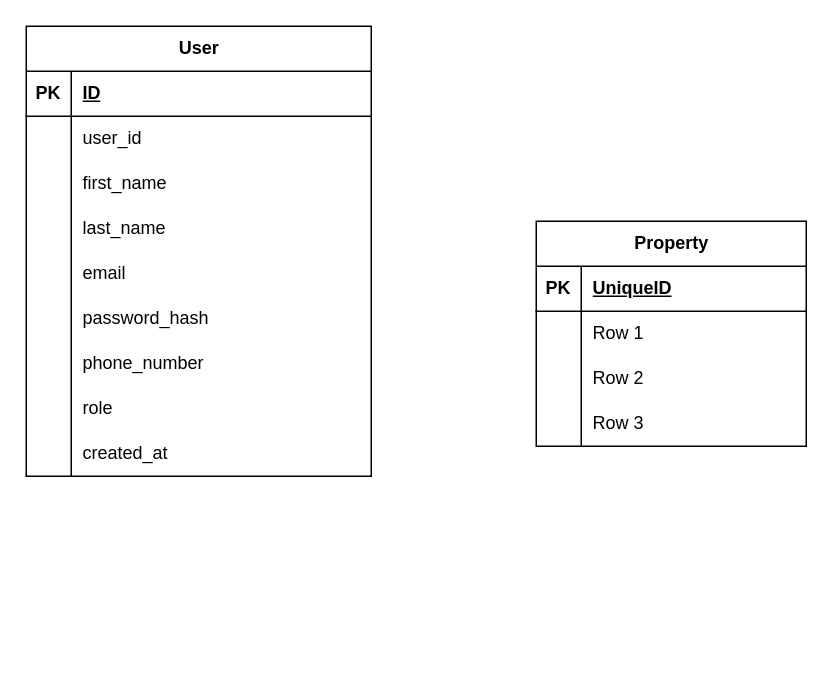
Earlier version of the draw.io diagram page "Page-2" (2 of 2) of ERD/ALX DB.drawio (Amandecoe/alx-airbnb-database). Source tidied: cells renumbered, new cells numbered last; positions are measured from the earlier drawing's top-left corner, leaving out a move shared by most shapes. Both pictures are drawn from the tidied source at 150%, with x=0, y=0 at pixel (26, 26).
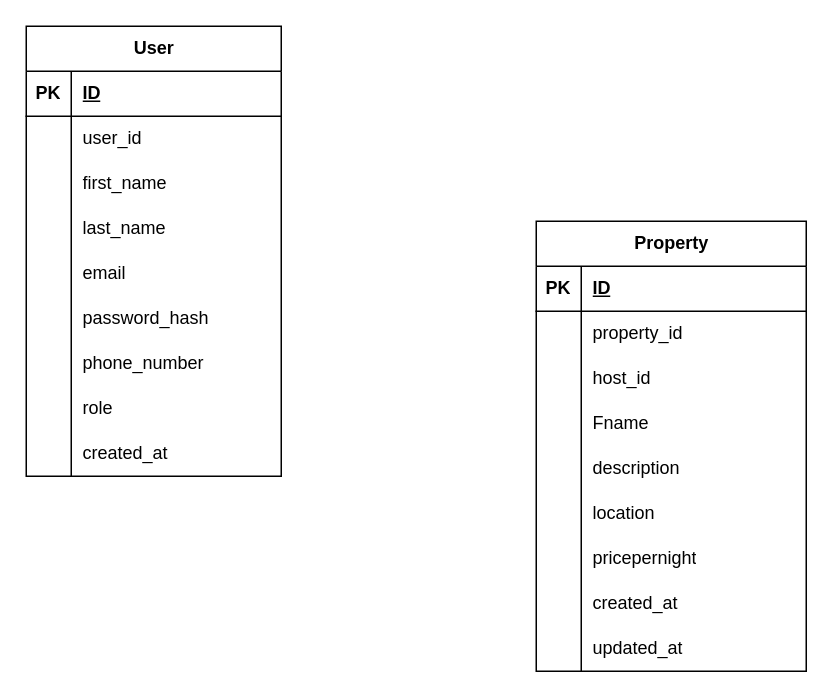
The same diagram, later.

Unchanged cells that the change refers to:
```xml
<mxCell id="31" style="shape=tableRow;horizontal=0;startSize=0;swimlaneHead=0;swimlaneBody=0;fillColor=none;top=0;left=0;right=0;bottom=1;" parent="30" vertex="1">
  <mxGeometry y="30" width="180" height="30" as="geometry" />
</mxCell>
<mxCell id="34" style="shape=tableRow;horizontal=0;startSize=0;swimlaneHead=0;swimlaneBody=0;fillColor=none;top=0;left=0;right=0;bottom=0;" parent="30" vertex="1">
  <mxGeometry y="60" width="180" height="30" as="geometry" />
</mxCell>
<mxCell id="37" style="shape=tableRow;horizontal=0;startSize=0;swimlaneHead=0;swimlaneBody=0;fillColor=none;top=0;left=0;right=0;bottom=0;" parent="30" vertex="1">
  <mxGeometry y="90" width="180" height="30" as="geometry" />
</mxCell>
<mxCell id="40" style="shape=tableRow;horizontal=0;startSize=0;swimlaneHead=0;swimlaneBody=0;fillColor=none;top=0;left=0;right=0;bottom=0;" parent="30" vertex="1">
  <mxGeometry y="120" width="180" height="30" as="geometry" />
</mxCell>
```

The edit, as a diff of the source:
```diff
@@
     <mxCell id="2" value="&lt;div&gt;User&lt;/div&gt;" style="shape=table;startSize=30;childLayout=tableLayout;rowLines=0;fontStyle=1;align=center;html=1;" parent="1" vertex="1">
-      <mxGeometry width="230" height="300" as="geometry" />
+      <mxGeometry width="170" height="300" as="geometry" />
     </mxCell>
     <mxCell id="3" style="shape=tableRow;horizontal=0;startSize=0;swimlaneHead=0;swimlaneBody=0;fillColor=none;top=0;left=0;right=0;bottom=1;" parent="2" vertex="1">
-      <mxGeometry y="30" width="230" height="30" as="geometry" />
+      <mxGeometry y="30" width="170" height="30" as="geometry" />
     </mxCell>
@@
     <mxCell id="5" value="ID" style="shape=partialRectangle;fillColor=none;top=0;left=0;bottom=0;right=0;align=left;spacingLeft=6;fontStyle=5;overflow=hidden;whiteSpace=wrap;html=1;" parent="3" vertex="1">
-      <mxGeometry x="30" width="200" height="30" as="geometry" />
+      <mxGeometry x="30" width="140" height="30" as="geometry" />
     </mxCell>
     <mxCell id="6" style="shape=tableRow;horizontal=0;startSize=0;swimlaneHead=0;swimlaneBody=0;fillColor=none;top=0;left=0;right=0;bottom=0;" parent="2" vertex="1">
-      <mxGeometry y="60" width="230" height="30" as="geometry" />
+      <mxGeometry y="60" width="170" height="30" as="geometry" />
     </mxCell>
@@
     <mxCell id="8" value="user_id" style="shape=partialRectangle;fillColor=none;top=0;left=0;bottom=0;right=0;align=left;spacingLeft=6;overflow=hidden;whiteSpace=wrap;html=1;" parent="6" vertex="1">
-      <mxGeometry x="30" width="200" height="30" as="geometry" />
+      <mxGeometry x="30" width="140" height="30" as="geometry" />
     </mxCell>
     <mxCell id="9" style="shape=tableRow;horizontal=0;startSize=0;swimlaneHead=0;swimlaneBody=0;fillColor=none;top=0;left=0;right=0;bottom=0;" parent="2" vertex="1">
-      <mxGeometry y="90" width="230" height="30" as="geometry" />
+      <mxGeometry y="90" width="170" height="30" as="geometry" />
     </mxCell>
@@
     <mxCell id="11" value="first_name" style="shape=partialRectangle;fillColor=none;top=0;left=0;bottom=0;right=0;align=left;spacingLeft=6;overflow=hidden;whiteSpace=wrap;html=1;" parent="9" vertex="1">
-      <mxGeometry x="30" width="200" height="30" as="geometry" />
+      <mxGeometry x="30" width="140" height="30" as="geometry" />
     </mxCell>
     <mxCell id="12" style="shape=tableRow;horizontal=0;startSize=0;swimlaneHead=0;swimlaneBody=0;fillColor=none;top=0;left=0;right=0;bottom=0;" parent="2" vertex="1">
-      <mxGeometry y="120" width="230" height="30" as="geometry" />
+      <mxGeometry y="120" width="170" height="30" as="geometry" />
     </mxCell>
@@
     <mxCell id="14" value="&lt;div&gt;last_name&lt;/div&gt;" style="shape=partialRectangle;fillColor=none;top=0;left=0;bottom=0;right=0;align=left;spacingLeft=6;overflow=hidden;whiteSpace=wrap;html=1;" parent="12" vertex="1">
-      <mxGeometry x="30" width="200" height="30" as="geometry" />
+      <mxGeometry x="30" width="140" height="30" as="geometry" />
     </mxCell>
     <mxCell id="15" style="shape=tableRow;horizontal=0;startSize=0;swimlaneHead=0;swimlaneBody=0;fillColor=none;top=0;left=0;right=0;bottom=0;" parent="2" vertex="1">
-      <mxGeometry y="150" width="230" height="30" as="geometry" />
+      <mxGeometry y="150" width="170" height="30" as="geometry" />
     </mxCell>
@@
     <mxCell id="17" value="email" style="shape=partialRectangle;fillColor=none;top=0;left=0;bottom=0;right=0;align=left;spacingLeft=6;overflow=hidden;whiteSpace=wrap;html=1;" parent="15" vertex="1">
-      <mxGeometry x="30" width="200" height="30" as="geometry" />
+      <mxGeometry x="30" width="140" height="30" as="geometry" />
     </mxCell>
     <mxCell id="18" style="shape=tableRow;horizontal=0;startSize=0;swimlaneHead=0;swimlaneBody=0;fillColor=none;top=0;left=0;right=0;bottom=0;" parent="2" vertex="1">
-      <mxGeometry y="180" width="230" height="30" as="geometry" />
+      <mxGeometry y="180" width="170" height="30" as="geometry" />
     </mxCell>
@@
     <mxCell id="20" value="password_hash" style="shape=partialRectangle;fillColor=none;top=0;left=0;bottom=0;right=0;align=left;spacingLeft=6;overflow=hidden;whiteSpace=wrap;html=1;" parent="18" vertex="1">
-      <mxGeometry x="30" width="200" height="30" as="geometry" />
+      <mxGeometry x="30" width="140" height="30" as="geometry" />
     </mxCell>
     <mxCell id="21" style="shape=tableRow;horizontal=0;startSize=0;swimlaneHead=0;swimlaneBody=0;fillColor=none;top=0;left=0;right=0;bottom=0;" parent="2" vertex="1">
-      <mxGeometry y="210" width="230" height="30" as="geometry" />
+      <mxGeometry y="210" width="170" height="30" as="geometry" />
     </mxCell>
@@
     <mxCell id="23" value="phone_number" style="shape=partialRectangle;fillColor=none;top=0;left=0;bottom=0;right=0;align=left;spacingLeft=6;overflow=hidden;whiteSpace=wrap;html=1;" parent="21" vertex="1">
-      <mxGeometry x="30" width="200" height="30" as="geometry" />
+      <mxGeometry x="30" width="140" height="30" as="geometry" />
     </mxCell>
     <mxCell id="24" style="shape=tableRow;horizontal=0;startSize=0;swimlaneHead=0;swimlaneBody=0;fillColor=none;top=0;left=0;right=0;bottom=0;" parent="2" vertex="1">
-      <mxGeometry y="240" width="230" height="30" as="geometry" />
+      <mxGeometry y="240" width="170" height="30" as="geometry" />
     </mxCell>
@@
     <mxCell id="26" value="role" style="shape=partialRectangle;fillColor=none;top=0;left=0;bottom=0;right=0;align=left;spacingLeft=6;overflow=hidden;whiteSpace=wrap;html=1;" parent="24" vertex="1">
-      <mxGeometry x="30" width="200" height="30" as="geometry" />
+      <mxGeometry x="30" width="140" height="30" as="geometry" />
     </mxCell>
     <mxCell id="27" style="shape=tableRow;horizontal=0;startSize=0;swimlaneHead=0;swimlaneBody=0;fillColor=none;top=0;left=0;right=0;bottom=0;" parent="2" vertex="1">
-      <mxGeometry y="270" width="230" height="30" as="geometry" />
+      <mxGeometry y="270" width="170" height="30" as="geometry" />
     </mxCell>
@@
     <mxCell id="29" value="created_at" style="shape=partialRectangle;fillColor=none;top=0;left=0;bottom=0;right=0;align=left;spacingLeft=6;overflow=hidden;whiteSpace=wrap;html=1;" parent="27" vertex="1">
-      <mxGeometry x="30" width="200" height="30" as="geometry" />
+      <mxGeometry x="30" width="140" height="30" as="geometry" />
     </mxCell>
     <mxCell id="30" value="Property" style="shape=table;startSize=30;childLayout=tableLayout;rowLines=0;fontStyle=1;align=center;html=1;" parent="1" vertex="1">
-      <mxGeometry x="340" y="130" width="180" height="150" as="geometry" />
+      <mxGeometry x="340" y="130" width="180" height="300" as="geometry" />
     </mxCell>
@@
-    <mxCell id="33" value="UniqueID" style="shape=partialRectangle;fillColor=none;top=0;left=0;bottom=0;right=0;align=left;spacingLeft=6;fontStyle=5;overflow=hidden;whiteSpace=wrap;html=1;" parent="31" vertex="1">
+    <mxCell id="33" value="ID" style="shape=partialRectangle;fillColor=none;top=0;left=0;bottom=0;right=0;align=left;spacingLeft=6;fontStyle=5;overflow=hidden;whiteSpace=wrap;html=1;" parent="31" vertex="1">
       <mxGeometry x="30" width="150" height="30" as="geometry" />
     </mxCell>
@@
-    <mxCell id="36" value="Row 1" style="shape=partialRectangle;fillColor=none;top=0;left=0;bottom=0;right=0;align=left;spacingLeft=6;overflow=hidden;whiteSpace=wrap;html=1;" parent="34" vertex="1">
+    <mxCell id="36" value="property_id" style="shape=partialRectangle;fillColor=none;top=0;left=0;bottom=0;right=0;align=left;spacingLeft=6;overflow=hidden;whiteSpace=wrap;html=1;" parent="34" vertex="1">
       <mxGeometry x="30" width="150" height="30" as="geometry" />
     </mxCell>
@@
-    <mxCell id="39" value="Row 2" style="shape=partialRectangle;fillColor=none;top=0;left=0;bottom=0;right=0;align=left;spacingLeft=6;overflow=hidden;whiteSpace=wrap;html=1;" parent="37" vertex="1">
+    <mxCell id="39" value="host_id" style="shape=partialRectangle;fillColor=none;top=0;left=0;bottom=0;right=0;align=left;spacingLeft=6;overflow=hidden;whiteSpace=wrap;html=1;" parent="37" vertex="1">
       <mxGeometry x="30" width="150" height="30" as="geometry" />
     </mxCell>
@@
-    <mxCell id="42" value="Row 3" style="shape=partialRectangle;fillColor=none;top=0;left=0;bottom=0;right=0;align=left;spacingLeft=6;overflow=hidden;whiteSpace=wrap;html=1;" parent="40" vertex="1">
+    <mxCell id="42" value="&lt;div&gt;Fname&lt;/div&gt;" style="shape=partialRectangle;fillColor=none;top=0;left=0;bottom=0;right=0;align=left;spacingLeft=6;overflow=hidden;whiteSpace=wrap;html=1;" parent="40" vertex="1">
       <mxGeometry x="30" width="150" height="30" as="geometry" />
     </mxCell>
+    <mxCell id="43" style="shape=tableRow;horizontal=0;startSize=0;swimlaneHead=0;swimlaneBody=0;fillColor=none;top=0;left=0;right=0;bottom=0;" parent="30" vertex="1">
+      <mxGeometry y="150" width="180" height="30" as="geometry" />
+    </mxCell>
+    <mxCell id="44" style="shape=partialRectangle;fillColor=none;top=0;left=0;bottom=0;right=0;overflow=hidden;whiteSpace=wrap;html=1;" parent="43" vertex="1">
+      <mxGeometry width="30" height="30" as="geometry" />
+    </mxCell>
+    <mxCell id="45" value="description" style="shape=partialRectangle;fillColor=none;top=0;left=0;bottom=0;right=0;align=left;spacingLeft=6;overflow=hidden;whiteSpace=wrap;html=1;" parent="43" vertex="1">
+      <mxGeometry x="30" width="150" height="30" as="geometry" />
+    </mxCell>
+    <mxCell id="46" style="shape=tableRow;horizontal=0;startSize=0;swimlaneHead=0;swimlaneBody=0;fillColor=none;top=0;left=0;right=0;bottom=0;" parent="30" vertex="1">
+      <mxGeometry y="180" width="180" height="30" as="geometry" />
+    </mxCell>
+    <mxCell id="47" style="shape=partialRectangle;fillColor=none;top=0;left=0;bottom=0;right=0;overflow=hidden;whiteSpace=wrap;html=1;" parent="46" vertex="1">
+      <mxGeometry width="30" height="30" as="geometry" />
+    </mxCell>
+    <mxCell id="48" value="location" style="shape=partialRectangle;fillColor=none;top=0;left=0;bottom=0;right=0;align=left;spacingLeft=6;overflow=hidden;whiteSpace=wrap;html=1;" parent="46" vertex="1">
+      <mxGeometry x="30" width="150" height="30" as="geometry" />
+    </mxCell>
+    <mxCell id="49" style="shape=tableRow;horizontal=0;startSize=0;swimlaneHead=0;swimlaneBody=0;fillColor=none;top=0;left=0;right=0;bottom=0;" parent="30" vertex="1">
+      <mxGeometry y="210" width="180" height="30" as="geometry" />
+    </mxCell>
+    <mxCell id="50" style="shape=partialRectangle;fillColor=none;top=0;left=0;bottom=0;right=0;overflow=hidden;whiteSpace=wrap;html=1;" parent="49" vertex="1">
+      <mxGeometry width="30" height="30" as="geometry" />
+    </mxCell>
+    <mxCell id="51" value="pricepernight" style="shape=partialRectangle;fillColor=none;top=0;left=0;bottom=0;right=0;align=left;spacingLeft=6;overflow=hidden;whiteSpace=wrap;html=1;" parent="49" vertex="1">
+      <mxGeometry x="30" width="150" height="30" as="geometry" />
+    </mxCell>
+    <mxCell id="52" style="shape=tableRow;horizontal=0;startSize=0;swimlaneHead=0;swimlaneBody=0;fillColor=none;top=0;left=0;right=0;bottom=0;" parent="30" vertex="1">
+      <mxGeometry y="240" width="180" height="30" as="geometry" />
+    </mxCell>
+    <mxCell id="53" style="shape=partialRectangle;fillColor=none;top=0;left=0;bottom=0;right=0;overflow=hidden;whiteSpace=wrap;html=1;" parent="52" vertex="1">
+      <mxGeometry width="30" height="30" as="geometry" />
+    </mxCell>
+    <mxCell id="54" value="created_at" style="shape=partialRectangle;fillColor=none;top=0;left=0;bottom=0;right=0;align=left;spacingLeft=6;overflow=hidden;whiteSpace=wrap;html=1;" parent="52" vertex="1">
+      <mxGeometry x="30" width="150" height="30" as="geometry" />
+    </mxCell>
+    <mxCell id="55" style="shape=tableRow;horizontal=0;startSize=0;swimlaneHead=0;swimlaneBody=0;fillColor=none;top=0;left=0;right=0;bottom=0;" parent="30" vertex="1">
+      <mxGeometry y="270" width="180" height="30" as="geometry" />
+    </mxCell>
+    <mxCell id="56" style="shape=partialRectangle;fillColor=none;top=0;left=0;bottom=0;right=0;overflow=hidden;whiteSpace=wrap;html=1;" parent="55" vertex="1">
+      <mxGeometry width="30" height="30" as="geometry" />
+    </mxCell>
+    <mxCell id="57" value="updated_at" style="shape=partialRectangle;fillColor=none;top=0;left=0;bottom=0;right=0;align=left;spacingLeft=6;overflow=hidden;whiteSpace=wrap;html=1;" parent="55" vertex="1">
+      <mxGeometry x="30" width="150" height="30" as="geometry" />
+    </mxCell>
```
